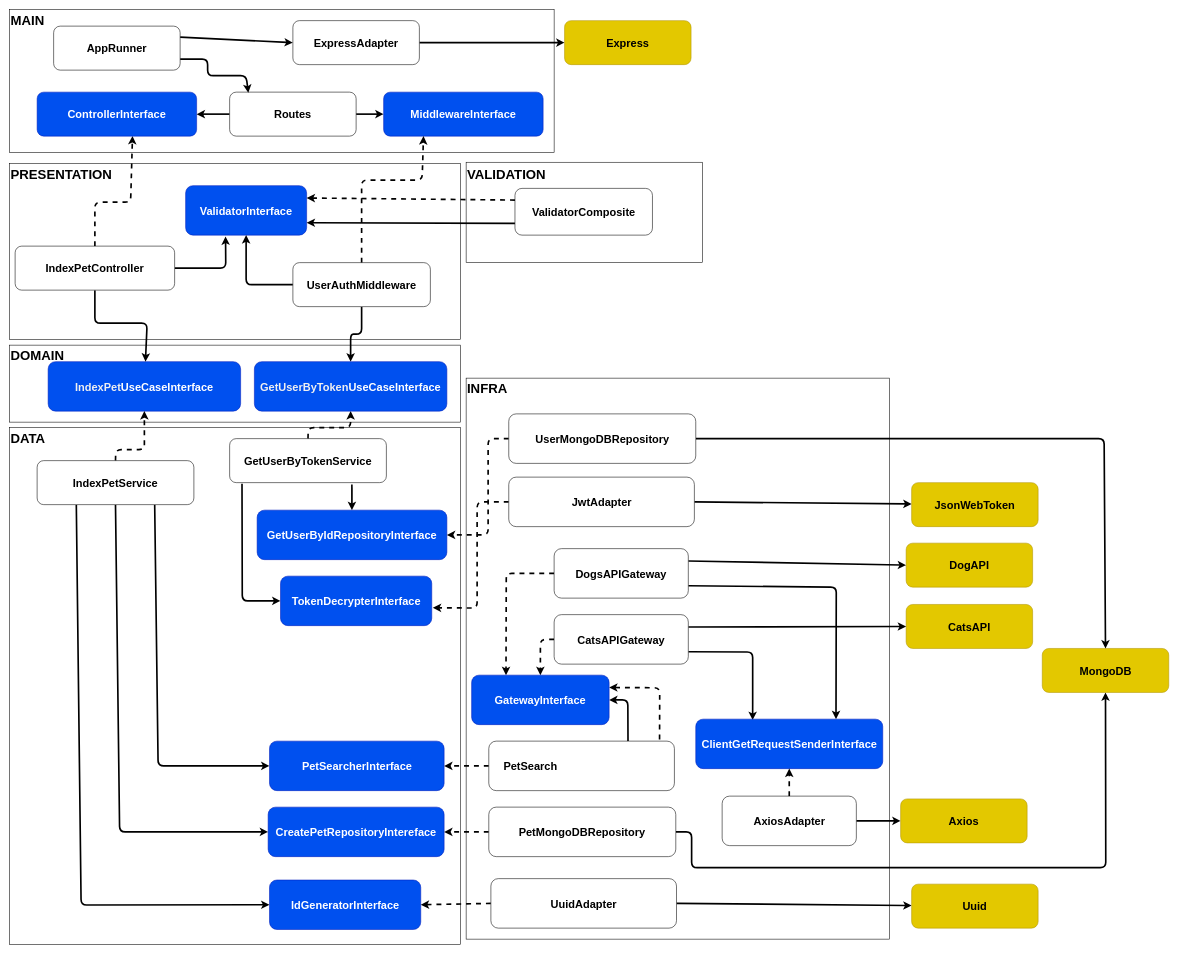
Above: diagrams/drawio/index-pet.drawio in DouglasVolcato/pet-adoption-backend (draw.io), before the change. Source tidied: cells renumbered, new cells numbered last; positions are measured from the earlier drawing's top-left corner, leaving out a move shared by most shapes. Both pictures are drawn from the tidied source at 55%, with x=0, y=0 at pixel (9, 9).
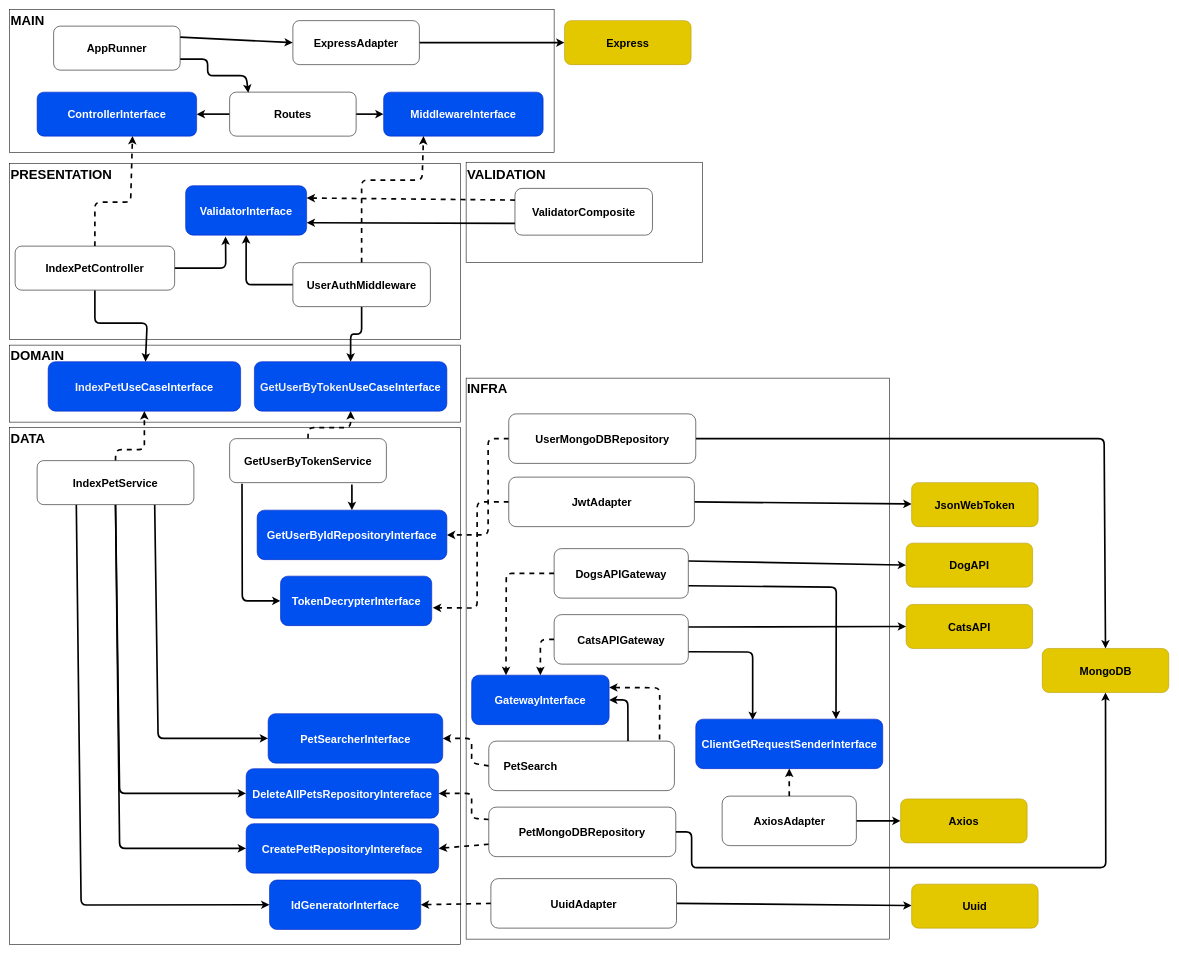
Above is the later version.

Commit message (it also covers changes not shown here):
chore: implemet diagrams

Unchanged cells that the change refers to:
```xml
<mxCell id="13" value="IndexPetService" style="rounded=1;whiteSpace=wrap;html=1;fontSize=20;fontStyle=1;" parent="1" vertex="1">
  <mxGeometry x="50" y="820" width="285" height="80" as="geometry" />
</mxCell>
<mxCell id="37" value="PetSearch&lt;span style=&quot;color: rgb(255, 255, 255);&quot;&gt;GatewayComposite&lt;/span&gt;" style="rounded=1;whiteSpace=wrap;html=1;fontSize=20;fontStyle=1;" parent="1" vertex="1">
  <mxGeometry x="871.2" y="1330" width="337.5" height="90" as="geometry" />
</mxCell>
<mxCell id="40" value="PetMongoDBRepository" style="rounded=1;whiteSpace=wrap;html=1;fontSize=20;fontStyle=1;" parent="1" vertex="1">
  <mxGeometry x="871.2" y="1450" width="340" height="90" as="geometry" />
</mxCell>
<mxCell id="43" value="MongoDB" style="rounded=1;whiteSpace=wrap;html=1;fontSize=20;fillColor=#e3c800;fontColor=#000000;strokeColor=#B09500;fontStyle=1;" parent="1" vertex="1">
  <mxGeometry x="1877.5" y="1161.5" width="230" height="80" as="geometry" />
</mxCell>
```

Change to the diagram source:
```diff
@@
     <mxCell id="9" style="edgeStyle=none;html=1;exitX=0.75;exitY=1;exitDx=0;exitDy=0;entryX=0;entryY=0.5;entryDx=0;entryDy=0;strokeWidth=3;fontSize=20;fontStyle=1;" parent="1" edge="1" source="13" target="28">
       <mxGeometry relative="1" as="geometry">
         <Array as="points">
-          <mxPoint x="270" y="1375" />
+          <mxPoint x="270" y="1325" />
         </Array>
       </mxGeometry>
     </mxCell>
     <mxCell id="10" style="edgeStyle=none;html=1;exitX=0.5;exitY=1;exitDx=0;exitDy=0;entryX=0;entryY=0.5;entryDx=0;entryDy=0;strokeWidth=3;fontSize=20;fontStyle=1;" parent="1" edge="1" source="13" target="29">
       <mxGeometry relative="1" as="geometry">
         <Array as="points">
-          <mxPoint x="200" y="1495" />
+          <mxPoint x="200" y="1525" />
         </Array>
       </mxGeometry>
     </mxCell>
@@
+    <mxCell id="88" style="edgeStyle=none;html=1;exitX=0.5;exitY=1;exitDx=0;exitDy=0;entryX=0;entryY=0.5;entryDx=0;entryDy=0;strokeWidth=3;" parent="1" edge="1" source="13" target="90">
+      <mxGeometry relative="1" as="geometry">
+        <Array as="points">
+          <mxPoint x="200" y="1425" />
+        </Array>
+      </mxGeometry>
+    </mxCell>
@@
     <mxCell id="28" value="PetSearcherInterface" style="rounded=1;whiteSpace=wrap;html=1;fillColor=#0050ef;fontColor=#ffffff;strokeColor=#001DBC;fontSize=20;fontStyle=1;" parent="1" vertex="1">
-      <mxGeometry x="472.5" y="1330" width="317.5" height="90" as="geometry" />
+      <mxGeometry x="470" y="1280" width="317.5" height="90" as="geometry" />
     </mxCell>
     <mxCell id="29" value="CreatePetRepositoryIntereface" style="rounded=1;whiteSpace=wrap;html=1;fillColor=#0050ef;fontColor=#ffffff;strokeColor=#001DBC;fontSize=20;fontStyle=1;" parent="1" vertex="1">
-      <mxGeometry x="470" y="1450" width="320" height="90" as="geometry" />
+      <mxGeometry x="430" y="1480" width="350" height="90" as="geometry" />
     </mxCell>
@@
     <mxCell id="34" style="edgeStyle=none;html=1;exitX=0;exitY=0.5;exitDx=0;exitDy=0;entryX=1;entryY=0.5;entryDx=0;entryDy=0;dashed=1;strokeWidth=3;fontSize=20;" parent="1" edge="1" source="37" target="28">
-      <mxGeometry relative="1" as="geometry" />
+      <mxGeometry relative="1" as="geometry">
+        <Array as="points">
+          <mxPoint x="840" y="1370" />
+          <mxPoint x="840" y="1325" />
+        </Array>
+      </mxGeometry>
     </mxCell>
@@
+    <mxCell id="39" style="edgeStyle=none;html=1;exitX=1;exitY=0.5;exitDx=0;exitDy=0;entryX=0.5;entryY=1;entryDx=0;entryDy=0;strokeWidth=3;" parent="1" edge="1" source="40" target="43">
+      <mxGeometry relative="1" as="geometry">
+        <Array as="points">
+          <mxPoint x="1240" y="1495" />
+          <mxPoint x="1240" y="1560" />
+          <mxPoint x="1993" y="1560" />
+        </Array>
+      </mxGeometry>
+    </mxCell>
-    <mxCell id="38" style="edgeStyle=none;html=1;exitX=0;exitY=0.5;exitDx=0;exitDy=0;entryX=1;entryY=0.5;entryDx=0;entryDy=0;dashed=1;strokeWidth=3;fontSize=20;" parent="1" edge="1" source="40" target="29">
+    <mxCell id="38" style="edgeStyle=none;html=1;exitX=0;exitY=0.75;exitDx=0;exitDy=0;entryX=1;entryY=0.5;entryDx=0;entryDy=0;strokeWidth=3;dashed=1;" parent="1" edge="1" source="40" target="29">
       <mxGeometry relative="1" as="geometry" />
     </mxCell>
-    <mxCell id="39" style="edgeStyle=none;html=1;exitX=1;exitY=0.5;exitDx=0;exitDy=0;entryX=0.5;entryY=1;entryDx=0;entryDy=0;strokeWidth=3;" parent="1" edge="1" source="40" target="43">
-      <mxGeometry relative="1" as="geometry">
-        <Array as="points">
-          <mxPoint x="1240" y="1495" />
-          <mxPoint x="1240" y="1560" />
-          <mxPoint x="1993" y="1560" />
-        </Array>
-      </mxGeometry>
-    </mxCell>
+    <mxCell id="89" style="edgeStyle=none;html=1;exitX=0;exitY=0.25;exitDx=0;exitDy=0;entryX=1;entryY=0.5;entryDx=0;entryDy=0;dashed=1;strokeWidth=3;" parent="1" edge="1" source="40" target="90">
+      <mxGeometry relative="1" as="geometry">
+        <Array as="points">
+          <mxPoint x="840" y="1470" />
+          <mxPoint x="840" y="1425" />
+        </Array>
+      </mxGeometry>
+    </mxCell>
@@
+    <mxCell id="90" value="DeleteAllPetsRepositoryIntereface" style="rounded=1;whiteSpace=wrap;html=1;fillColor=#0050ef;fontColor=#ffffff;strokeColor=#001DBC;fontSize=20;fontStyle=1;" parent="1" vertex="1">
+      <mxGeometry x="430" y="1380" width="350" height="90" as="geometry" />
+    </mxCell>
```
